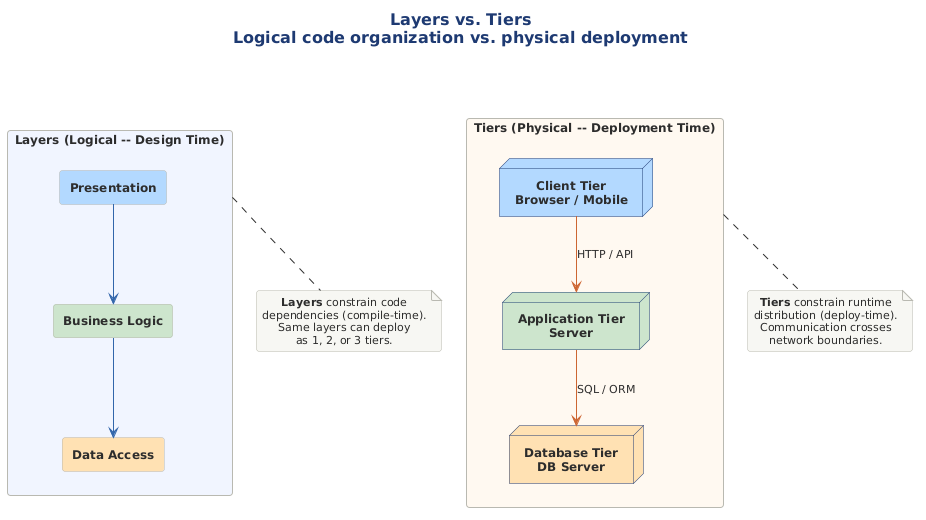
Notoriousjayy/latex-docs keeps this PlantUML diagram as src/architecture/views-and-beyond/style-catalogs/module/layered-style/png/layers-vs-tiers-logical-code-organization-vs.png. Above is the earlier version.
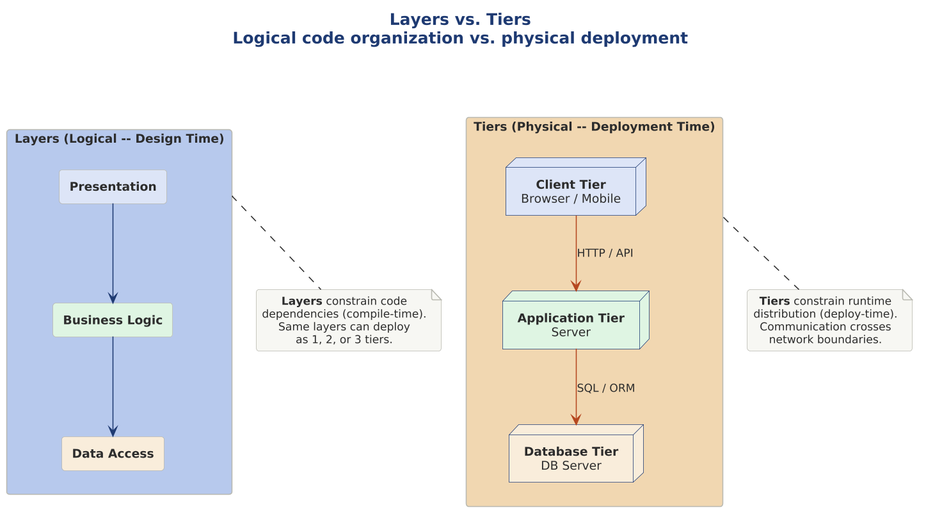
After the commit.

What changed in the source:
```diff
@@ -1,33 +1,29 @@
 @startuml
-skinparam rectangleRoundCorner 8
+
+skinparam dpi 150
+
+
+
 !include ../../../../../../tooling/styles/plantuml/structural/deployment-diagram-style.iuml
-
-skinparam rectangleFontSize 12
-skinparam rectangleFontStyle bold
-skinparam packageFontSize 13
-skinparam packageFontStyle bold
-skinparam nodeRoundCorner 8
-skinparam nodeFontSize 12
-skinparam nodeFontStyle bold
 
 title Layers vs. Tiers\nLogical code organization vs. physical deployment
 
-package "Layers (Logical -- Design Time)" as LAYERS #F0F4FF {
-  rectangle "**Presentation**" as LP #B3D9FF
-  rectangle "**Business Logic**" as LB #CCE5CC
-  rectangle "**Data Access**" as LD #FFE0B2
+package "Layers (Logical -- Design Time)" as LAYERS $deep_primary {
+  rectangle "**Presentation**" as LP $fill_primary
+  rectangle "**Business Logic**" as LB $fill_ok
+  rectangle "**Data Access**" as LD $fill_caution
 
-  LP -[#3366AA]-> LB
-  LB -[#3366AA]-> LD
+  LP -[$line_primary]-> LB
+  LB -[$line_primary]-> LD
 }
 
-package "Tiers (Physical -- Deployment Time)" as TIERS #FFF8F0 {
-  node "**Client Tier**\nBrowser / Mobile" as TC #B3D9FF
-  node "**Application Tier**\nServer" as TA #CCE5CC
-  node "**Database Tier**\nDB Server" as TD #FFE0B2
+package "Tiers (Physical -- Deployment Time)" as TIERS $deep_caution {
+  node "**Client Tier**\nBrowser / Mobile" as TC $fill_primary
+  node "**Application Tier**\nServer" as TA $fill_ok
+  node "**Database Tier**\nDB Server" as TD $fill_caution
 
-  TC -[#CC6633]-> TA : HTTP / API
-  TA -[#CC6633]-> TD : SQL / ORM
+  TC -[$line_invalid]-> TA : HTTP / API
+  TA -[$line_invalid]-> TD : SQL / ORM
 }
 
 LAYERS -[hidden]right-> TIERS
```
